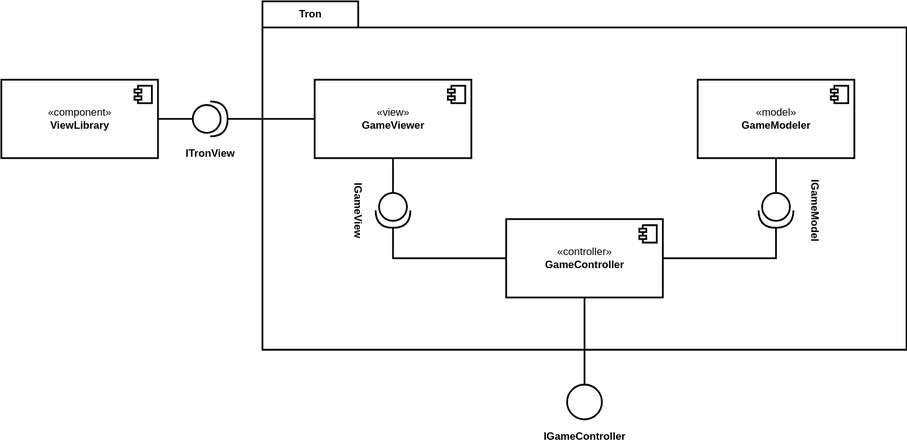
Before: docs/images/ComponentDiagram.drawio.svg, a diagram exported from draw.io (HaniAlshikh/tron). Source tidied: cells renumbered, new cells last; positions are measured from the earlier drawing's top-left corner, leaving out a move shared by most shapes. Source of this version:
```xml
<mxGraphModel background="#ffffff">
  <root>
    <mxCell id="0" />
    <mxCell id="1" parent="0" />
    <mxCell id="2" value="Tron" style="shape=folder;fontStyle=1;tabWidth=110;tabHeight=30;tabPosition=left;html=1;boundedLbl=1;labelInHeader=1;strokeWidth=2;" parent="1" vertex="1">
      <mxGeometry x="300" width="740" height="400" as="geometry" />
    </mxCell>
    <mxCell id="3" style="edgeStyle=orthogonalEdgeStyle;rounded=0;jettySize=auto;html=1;entryX=1;entryY=0.5;entryDx=0;entryDy=0;entryPerimeter=0;strokeWidth=2;endArrow=none;endFill=0;" parent="1" edge="1" source="6" target="15">
      <mxGeometry relative="1" as="geometry" />
    </mxCell>
    <mxCell id="4" style="edgeStyle=orthogonalEdgeStyle;rounded=0;jettySize=auto;html=1;entryX=1;entryY=0.5;entryDx=0;entryDy=0;entryPerimeter=0;endArrow=none;endFill=0;strokeWidth=2;" parent="1" edge="1" source="6" target="16">
      <mxGeometry relative="1" as="geometry" />
    </mxCell>
    <mxCell id="5" style="edgeStyle=none;html=1;entryX=0.5;entryY=0;entryDx=0;entryDy=0;strokeWidth=2;endArrow=none;endFill=0;" parent="1" edge="1" source="6" target="22">
      <mxGeometry relative="1" as="geometry" />
    </mxCell>
    <mxCell id="6" value="«controller»&lt;b&gt;&lt;br&gt;GameController&lt;/b&gt;" style="html=1;strokeWidth=2;align=center;verticalAlign=middle;" parent="1" vertex="1">
      <mxGeometry x="580" y="250" width="180" height="90" as="geometry" />
    </mxCell>
    <mxCell id="7" style="shape=module;jettyWidth=8;jettyHeight=4;strokeWidth=2;align=center;verticalAlign=middle;" parent="6" vertex="1">
      <mxGeometry x="1" width="20" height="20" relative="1" as="geometry">
        <mxPoint x="-27" y="7" as="offset" />
      </mxGeometry>
    </mxCell>
    <mxCell id="8" style="edgeStyle=orthogonalEdgeStyle;rounded=0;jettySize=auto;html=1;entryX=0;entryY=0.5;entryDx=0;entryDy=0;entryPerimeter=0;endArrow=none;endFill=0;strokeWidth=2;" parent="1" edge="1" source="10" target="15">
      <mxGeometry relative="1" as="geometry" />
    </mxCell>
    <mxCell id="9" style="edgeStyle=orthogonalEdgeStyle;rounded=0;jettySize=auto;html=1;entryX=1;entryY=0.5;entryDx=0;entryDy=0;entryPerimeter=0;endArrow=none;endFill=0;strokeWidth=2;" parent="1" edge="1" source="10" target="20">
      <mxGeometry relative="1" as="geometry" />
    </mxCell>
    <mxCell id="10" value="«view»&lt;b&gt;&lt;br&gt;GameViewer&lt;/b&gt;" style="html=1;strokeWidth=2;align=center;verticalAlign=middle;" parent="1" vertex="1">
      <mxGeometry x="360" y="90" width="180" height="90" as="geometry" />
    </mxCell>
    <mxCell id="11" style="shape=module;jettyWidth=8;jettyHeight=4;strokeWidth=2;align=center;verticalAlign=middle;" parent="10" vertex="1">
      <mxGeometry x="1" width="20" height="20" relative="1" as="geometry">
        <mxPoint x="-27" y="7" as="offset" />
      </mxGeometry>
    </mxCell>
    <mxCell id="12" style="edgeStyle=orthogonalEdgeStyle;rounded=0;jettySize=auto;html=1;entryX=0;entryY=0.5;entryDx=0;entryDy=0;entryPerimeter=0;endArrow=none;endFill=0;strokeWidth=2;" parent="1" edge="1" source="13" target="16">
      <mxGeometry relative="1" as="geometry" />
    </mxCell>
    <mxCell id="13" value="«model»&lt;b&gt;&lt;br&gt;GameModeler&lt;/b&gt;" style="html=1;strokeWidth=2;align=center;verticalAlign=middle;" parent="1" vertex="1">
      <mxGeometry x="800" y="90" width="180" height="90" as="geometry" />
    </mxCell>
    <mxCell id="14" style="shape=module;jettyWidth=8;jettyHeight=4;strokeWidth=2;align=center;verticalAlign=middle;" parent="13" vertex="1">
      <mxGeometry x="1" width="20" height="20" relative="1" as="geometry">
        <mxPoint x="-27" y="7" as="offset" />
      </mxGeometry>
    </mxCell>
    <mxCell id="15" value="&lt;b&gt;IGameView&lt;/b&gt;" style="shape=providedRequiredInterface;html=1;verticalLabelPosition=bottom;sketch=0;strokeWidth=2;rotation=90;" parent="1" vertex="1">
      <mxGeometry x="430" y="220" width="40" height="40" as="geometry" />
    </mxCell>
    <mxCell id="16" style="shape=providedRequiredInterface;html=1;verticalLabelPosition=bottom;sketch=0;strokeWidth=2;rotation=90;" parent="1" vertex="1">
      <mxGeometry x="870" y="220" width="40" height="40" as="geometry" />
    </mxCell>
    <mxCell id="17" style="edgeStyle=orthogonalEdgeStyle;rounded=0;jettySize=auto;html=1;entryX=0;entryY=0.5;entryDx=0;entryDy=0;entryPerimeter=0;endArrow=none;endFill=0;strokeWidth=2;" parent="1" edge="1" source="18" target="20">
      <mxGeometry relative="1" as="geometry">
        <Array as="points">
          <mxPoint x="230" y="135" />
          <mxPoint x="230" y="135" />
        </Array>
      </mxGeometry>
    </mxCell>
    <mxCell id="18" value="«component»&lt;br&gt;&lt;b&gt;ViewLibrary&lt;/b&gt;" style="html=1;strokeWidth=2;" parent="1" vertex="1">
      <mxGeometry y="90" width="180" height="90" as="geometry" />
    </mxCell>
    <mxCell id="19" style="shape=module;jettyWidth=8;jettyHeight=4;strokeWidth=2;" parent="18" vertex="1">
      <mxGeometry x="1" width="20" height="20" relative="1" as="geometry">
        <mxPoint x="-27" y="7" as="offset" />
      </mxGeometry>
    </mxCell>
    <mxCell id="20" value="&lt;b&gt;ITronView&lt;/b&gt;" style="shape=providedRequiredInterface;html=1;verticalLabelPosition=bottom;sketch=0;strokeWidth=2;rotation=0;" parent="1" vertex="1">
      <mxGeometry x="220" y="115" width="40" height="40" as="geometry" />
    </mxCell>
    <mxCell id="21" value="&lt;b&gt;IGameModel&lt;/b&gt;" style="text;html=1;align=center;verticalAlign=middle;points=[];strokeColor=none;fillColor=none;rotation=90;" parent="1" vertex="1">
      <mxGeometry x="890" y="230" width="90" height="20" as="geometry" />
    </mxCell>
    <mxCell id="22" style="ellipse;whiteSpace=wrap;html=1;strokeWidth=2;" parent="1" vertex="1">
      <mxGeometry x="650" y="440" width="40" height="40" as="geometry" />
    </mxCell>
    <mxCell id="23" value="&lt;b&gt;IGameController&lt;/b&gt;" style="text;html=1;align=center;verticalAlign=middle;points=[];strokeColor=none;fillColor=none;rotation=0;" parent="1" vertex="1">
      <mxGeometry x="615" y="490" width="110" height="20" as="geometry" />
    </mxCell>
  </root>
</mxGraphModel>
```
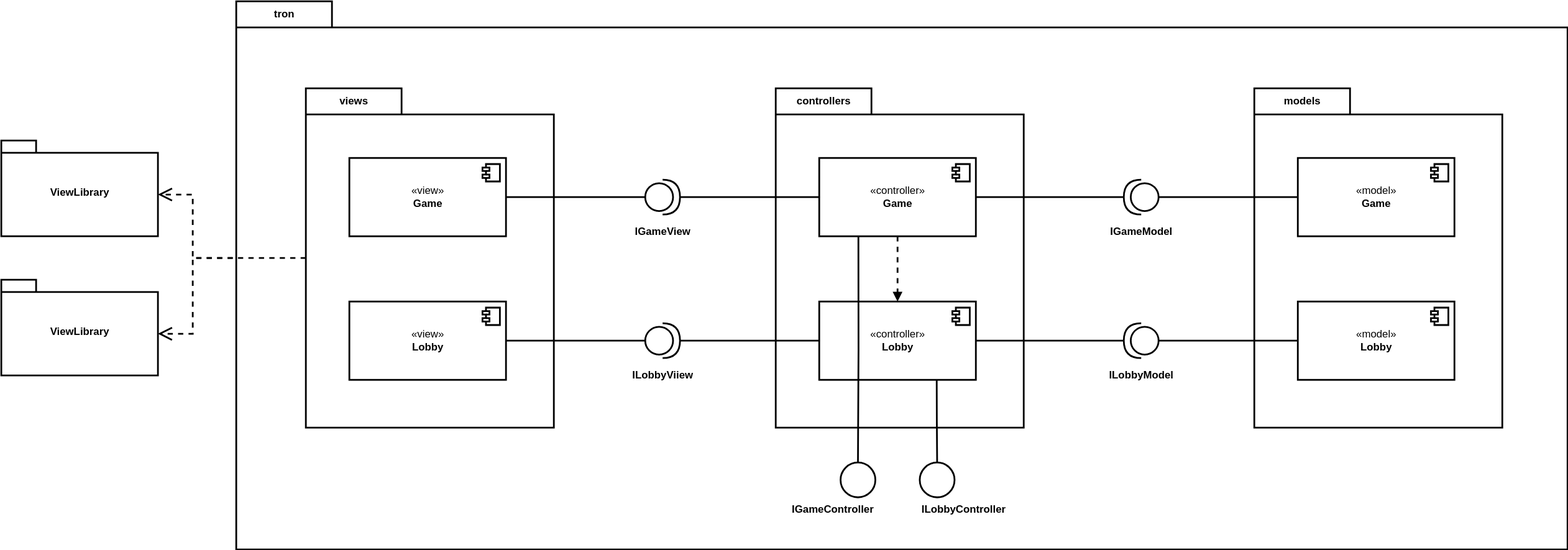
The same diagram one commit later.

Diff of the diagram source:
```diff
@@ -2,84 +2,138 @@
   <root>
     <mxCell id="0" />
     <mxCell id="1" parent="0" />
-    <mxCell id="2" value="Tron" style="shape=folder;fontStyle=1;tabWidth=110;tabHeight=30;tabPosition=left;html=1;boundedLbl=1;labelInHeader=1;strokeWidth=2;" parent="1" vertex="1">
-      <mxGeometry x="300" width="740" height="400" as="geometry" />
-    </mxCell>
-    <mxCell id="3" style="edgeStyle=orthogonalEdgeStyle;rounded=0;jettySize=auto;html=1;entryX=1;entryY=0.5;entryDx=0;entryDy=0;entryPerimeter=0;strokeWidth=2;endArrow=none;endFill=0;" parent="1" edge="1" source="6" target="15">
-      <mxGeometry relative="1" as="geometry" />
-    </mxCell>
-    <mxCell id="4" style="edgeStyle=orthogonalEdgeStyle;rounded=0;jettySize=auto;html=1;entryX=1;entryY=0.5;entryDx=0;entryDy=0;entryPerimeter=0;endArrow=none;endFill=0;strokeWidth=2;" parent="1" edge="1" source="6" target="16">
-      <mxGeometry relative="1" as="geometry" />
-    </mxCell>
-    <mxCell id="5" style="edgeStyle=none;html=1;entryX=0.5;entryY=0;entryDx=0;entryDy=0;strokeWidth=2;endArrow=none;endFill=0;" parent="1" edge="1" source="6" target="22">
-      <mxGeometry relative="1" as="geometry" />
-    </mxCell>
-    <mxCell id="6" value="«controller»&lt;b&gt;&lt;br&gt;GameController&lt;/b&gt;" style="html=1;strokeWidth=2;align=center;verticalAlign=middle;" parent="1" vertex="1">
-      <mxGeometry x="580" y="250" width="180" height="90" as="geometry" />
-    </mxCell>
-    <mxCell id="7" style="shape=module;jettyWidth=8;jettyHeight=4;strokeWidth=2;align=center;verticalAlign=middle;" parent="6" vertex="1">
-      <mxGeometry x="1" width="20" height="20" relative="1" as="geometry">
-        <mxPoint x="-27" y="7" as="offset" />
-      </mxGeometry>
-    </mxCell>
-    <mxCell id="8" style="edgeStyle=orthogonalEdgeStyle;rounded=0;jettySize=auto;html=1;entryX=0;entryY=0.5;entryDx=0;entryDy=0;entryPerimeter=0;endArrow=none;endFill=0;strokeWidth=2;" parent="1" edge="1" source="10" target="15">
-      <mxGeometry relative="1" as="geometry" />
-    </mxCell>
-    <mxCell id="9" style="edgeStyle=orthogonalEdgeStyle;rounded=0;jettySize=auto;html=1;entryX=1;entryY=0.5;entryDx=0;entryDy=0;entryPerimeter=0;endArrow=none;endFill=0;strokeWidth=2;" parent="1" edge="1" source="10" target="20">
-      <mxGeometry relative="1" as="geometry" />
-    </mxCell>
-    <mxCell id="10" value="«view»&lt;b&gt;&lt;br&gt;GameViewer&lt;/b&gt;" style="html=1;strokeWidth=2;align=center;verticalAlign=middle;" parent="1" vertex="1">
-      <mxGeometry x="360" y="90" width="180" height="90" as="geometry" />
-    </mxCell>
-    <mxCell id="11" style="shape=module;jettyWidth=8;jettyHeight=4;strokeWidth=2;align=center;verticalAlign=middle;" parent="10" vertex="1">
-      <mxGeometry x="1" width="20" height="20" relative="1" as="geometry">
-        <mxPoint x="-27" y="7" as="offset" />
-      </mxGeometry>
-    </mxCell>
-    <mxCell id="12" style="edgeStyle=orthogonalEdgeStyle;rounded=0;jettySize=auto;html=1;entryX=0;entryY=0.5;entryDx=0;entryDy=0;entryPerimeter=0;endArrow=none;endFill=0;strokeWidth=2;" parent="1" edge="1" source="13" target="16">
-      <mxGeometry relative="1" as="geometry" />
-    </mxCell>
-    <mxCell id="13" value="«model»&lt;b&gt;&lt;br&gt;GameModeler&lt;/b&gt;" style="html=1;strokeWidth=2;align=center;verticalAlign=middle;" parent="1" vertex="1">
-      <mxGeometry x="800" y="90" width="180" height="90" as="geometry" />
-    </mxCell>
-    <mxCell id="14" style="shape=module;jettyWidth=8;jettyHeight=4;strokeWidth=2;align=center;verticalAlign=middle;" parent="13" vertex="1">
-      <mxGeometry x="1" width="20" height="20" relative="1" as="geometry">
-        <mxPoint x="-27" y="7" as="offset" />
-      </mxGeometry>
-    </mxCell>
+    <mxCell id="24" style="edgeStyle=orthogonalEdgeStyle;rounded=0;html=1;entryX=0;entryY=0;entryDx=180;entryDy=62;entryPerimeter=0;dashed=1;endArrow=open;endSize=12;strokeWidth=2;" parent="1" edge="1" source="26" target="55">
+      <mxGeometry relative="1" as="geometry">
+        <Array as="points">
+          <mxPoint x="-180" y="320" />
+          <mxPoint x="-180" y="247" />
+        </Array>
+      </mxGeometry>
+    </mxCell>
+    <mxCell id="25" value="tron" style="shape=folder;fontStyle=1;tabWidth=110;tabHeight=30;tabPosition=left;html=1;boundedLbl=1;labelInHeader=1;strokeWidth=2;" parent="1" vertex="1">
+      <mxGeometry x="-130" y="25" width="1530" height="630" as="geometry" />
+    </mxCell>
+    <mxCell id="26" value="views" style="shape=folder;fontStyle=1;tabWidth=110;tabHeight=30;tabPosition=left;html=1;boundedLbl=1;labelInHeader=1;strokeWidth=2;" parent="25" vertex="1">
+      <mxGeometry x="80" y="100" width="285" height="390" as="geometry" />
+    </mxCell>
+    <mxCell id="27" value="«view»&lt;b&gt;&lt;br&gt;Game&lt;/b&gt;" style="html=1;strokeWidth=2;align=center;verticalAlign=middle;" parent="26" vertex="1">
+      <mxGeometry x="50" y="80" width="180" height="90" as="geometry" />
+    </mxCell>
+    <mxCell id="28" style="shape=module;jettyWidth=8;jettyHeight=4;strokeWidth=2;align=center;verticalAlign=middle;" parent="27" vertex="1">
+      <mxGeometry x="1" width="20" height="20" relative="1" as="geometry">
+        <mxPoint x="-27" y="7" as="offset" />
+      </mxGeometry>
+    </mxCell>
+    <mxCell id="29" value="«view»&lt;b&gt;&lt;br&gt;Lobby&lt;/b&gt;" style="html=1;strokeWidth=2;align=center;verticalAlign=middle;" parent="26" vertex="1">
+      <mxGeometry x="50" y="245" width="180" height="90" as="geometry" />
+    </mxCell>
+    <mxCell id="30" style="shape=module;jettyWidth=8;jettyHeight=4;strokeWidth=2;align=center;verticalAlign=middle;" parent="29" vertex="1">
+      <mxGeometry x="1" width="20" height="20" relative="1" as="geometry">
+        <mxPoint x="-27" y="7" as="offset" />
+      </mxGeometry>
+    </mxCell>
+    <mxCell id="31" value="controllers" style="shape=folder;fontStyle=1;tabWidth=110;tabHeight=30;tabPosition=left;html=1;boundedLbl=1;labelInHeader=1;strokeWidth=2;" parent="25" vertex="1">
+      <mxGeometry x="620" y="100" width="285" height="390" as="geometry" />
+    </mxCell>
+    <mxCell id="32" style="edgeStyle=orthogonalEdgeStyle;rounded=0;html=1;entryX=0.5;entryY=0;entryDx=0;entryDy=0;endArrow=block;endFill=1;strokeWidth=2;dashed=1;" parent="31" edge="1" source="33" target="35">
+      <mxGeometry relative="1" as="geometry" />
+    </mxCell>
+    <mxCell id="33" value="«controller»&lt;b&gt;&lt;br&gt;Game&lt;/b&gt;" style="html=1;strokeWidth=2;align=center;verticalAlign=middle;" parent="31" vertex="1">
+      <mxGeometry x="50" y="80" width="180" height="90" as="geometry" />
+    </mxCell>
+    <mxCell id="34" style="shape=module;jettyWidth=8;jettyHeight=4;strokeWidth=2;align=center;verticalAlign=middle;" parent="33" vertex="1">
+      <mxGeometry x="1" width="20" height="20" relative="1" as="geometry">
+        <mxPoint x="-27" y="7" as="offset" />
+      </mxGeometry>
+    </mxCell>
+    <mxCell id="35" value="«controller»&lt;b&gt;&lt;br&gt;Lobby&lt;/b&gt;" style="html=1;strokeWidth=2;align=center;verticalAlign=middle;" parent="31" vertex="1">
+      <mxGeometry x="50" y="245" width="180" height="90" as="geometry" />
+    </mxCell>
+    <mxCell id="36" style="shape=module;jettyWidth=8;jettyHeight=4;strokeWidth=2;align=center;verticalAlign=middle;" parent="35" vertex="1">
+      <mxGeometry x="1" width="20" height="20" relative="1" as="geometry">
+        <mxPoint x="-27" y="7" as="offset" />
+      </mxGeometry>
+    </mxCell>
+    <mxCell id="37" value="models" style="shape=folder;fontStyle=1;tabWidth=110;tabHeight=30;tabPosition=left;html=1;boundedLbl=1;labelInHeader=1;strokeWidth=2;" parent="25" vertex="1">
+      <mxGeometry x="1170" y="100" width="285" height="390" as="geometry" />
+    </mxCell>
+    <mxCell id="38" value="«model»&lt;b&gt;&lt;br&gt;Game&lt;/b&gt;" style="html=1;strokeWidth=2;align=center;verticalAlign=middle;" parent="37" vertex="1">
+      <mxGeometry x="50" y="80" width="180" height="90" as="geometry" />
+    </mxCell>
+    <mxCell id="39" style="shape=module;jettyWidth=8;jettyHeight=4;strokeWidth=2;align=center;verticalAlign=middle;" parent="38" vertex="1">
+      <mxGeometry x="1" width="20" height="20" relative="1" as="geometry">
+        <mxPoint x="-27" y="7" as="offset" />
+      </mxGeometry>
+    </mxCell>
+    <mxCell id="40" value="«model»&lt;b&gt;&lt;br&gt;Lobby&lt;/b&gt;" style="html=1;strokeWidth=2;align=center;verticalAlign=middle;" parent="37" vertex="1">
+      <mxGeometry x="50" y="245" width="180" height="90" as="geometry" />
+    </mxCell>
+    <mxCell id="41" style="shape=module;jettyWidth=8;jettyHeight=4;strokeWidth=2;align=center;verticalAlign=middle;" parent="40" vertex="1">
+      <mxGeometry x="1" width="20" height="20" relative="1" as="geometry">
+        <mxPoint x="-27" y="7" as="offset" />
+      </mxGeometry>
+    </mxCell>
-    <mxCell id="15" value="&lt;b&gt;IGameView&lt;/b&gt;" style="shape=providedRequiredInterface;html=1;verticalLabelPosition=bottom;sketch=0;strokeWidth=2;rotation=90;" parent="1" vertex="1">
-      <mxGeometry x="430" y="220" width="40" height="40" as="geometry" />
+    <mxCell id="15" value="&lt;b&gt;IGameView&lt;/b&gt;" style="shape=providedRequiredInterface;html=1;verticalLabelPosition=bottom;strokeWidth=2;direction=east;" parent="25" vertex="1">
+      <mxGeometry x="470" y="205" width="40" height="40" as="geometry" />
     </mxCell>
-    <mxCell id="16" style="shape=providedRequiredInterface;html=1;verticalLabelPosition=bottom;sketch=0;strokeWidth=2;rotation=90;" parent="1" vertex="1">
-      <mxGeometry x="870" y="220" width="40" height="40" as="geometry" />
-    </mxCell>
-    <mxCell id="17" style="edgeStyle=orthogonalEdgeStyle;rounded=0;jettySize=auto;html=1;entryX=0;entryY=0.5;entryDx=0;entryDy=0;entryPerimeter=0;endArrow=none;endFill=0;strokeWidth=2;" parent="1" edge="1" source="18" target="20">
-      <mxGeometry relative="1" as="geometry">
-        <Array as="points">
-          <mxPoint x="230" y="135" />
-          <mxPoint x="230" y="135" />
-        </Array>
-      </mxGeometry>
-    </mxCell>
-    <mxCell id="18" value="«component»&lt;br&gt;&lt;b&gt;ViewLibrary&lt;/b&gt;" style="html=1;strokeWidth=2;" parent="1" vertex="1">
-      <mxGeometry y="90" width="180" height="90" as="geometry" />
-    </mxCell>
-    <mxCell id="19" style="shape=module;jettyWidth=8;jettyHeight=4;strokeWidth=2;" parent="18" vertex="1">
-      <mxGeometry x="1" width="20" height="20" relative="1" as="geometry">
-        <mxPoint x="-27" y="7" as="offset" />
-      </mxGeometry>
-    </mxCell>
-    <mxCell id="20" value="&lt;b&gt;ITronView&lt;/b&gt;" style="shape=providedRequiredInterface;html=1;verticalLabelPosition=bottom;sketch=0;strokeWidth=2;rotation=0;" parent="1" vertex="1">
-      <mxGeometry x="220" y="115" width="40" height="40" as="geometry" />
-    </mxCell>
+    <mxCell id="42" style="edgeStyle=orthogonalEdgeStyle;rounded=0;html=1;entryX=1;entryY=0.5;entryDx=0;entryDy=0;entryPerimeter=0;endArrow=none;endFill=0;strokeWidth=2;" parent="25" edge="1" source="33" target="15">
+      <mxGeometry relative="1" as="geometry" />
+    </mxCell>
+    <mxCell id="43" style="edgeStyle=orthogonalEdgeStyle;rounded=0;html=1;entryX=0;entryY=0.5;entryDx=0;entryDy=0;entryPerimeter=0;endArrow=none;endFill=0;strokeWidth=2;" parent="25" edge="1" source="27" target="15">
+      <mxGeometry relative="1" as="geometry" />
+    </mxCell>
+    <mxCell id="23" value="&lt;b&gt;IGameController&lt;/b&gt;" style="ellipse;whiteSpace=wrap;html=1;strokeWidth=2;verticalAlign=top;labelPosition=center;verticalLabelPosition=bottom;align=right;" parent="25" vertex="1">
+      <mxGeometry x="694.5" y="530" width="40" height="40" as="geometry" />
+    </mxCell>
+    <mxCell id="44" style="edgeStyle=orthogonalEdgeStyle;rounded=0;html=1;entryX=0.5;entryY=0;entryDx=0;entryDy=0;endArrow=none;endFill=0;strokeWidth=2;exitX=0.25;exitY=1;exitDx=0;exitDy=0;" parent="25" edge="1" source="33" target="23">
+      <mxGeometry relative="1" as="geometry" />
+    </mxCell>
+    <mxCell id="45" value="&lt;b&gt;ILobbyController&lt;/b&gt;" style="ellipse;whiteSpace=wrap;html=1;strokeWidth=2;verticalAlign=top;labelPosition=center;verticalLabelPosition=bottom;align=left;" parent="25" vertex="1">
+      <mxGeometry x="785.5" y="530" width="40" height="40" as="geometry" />
+    </mxCell>
+    <mxCell id="46" style="edgeStyle=orthogonalEdgeStyle;rounded=0;html=1;entryX=0.5;entryY=0;entryDx=0;entryDy=0;endArrow=none;endFill=0;strokeWidth=2;exitX=0.75;exitY=1;exitDx=0;exitDy=0;" parent="25" edge="1" source="35" target="45">
+      <mxGeometry relative="1" as="geometry" />
+    </mxCell>
-    <mxCell id="21" value="&lt;b&gt;IGameModel&lt;/b&gt;" style="text;html=1;align=center;verticalAlign=middle;points=[];strokeColor=none;fillColor=none;rotation=90;" parent="1" vertex="1">
-      <mxGeometry x="890" y="230" width="90" height="20" as="geometry" />
+    <mxCell id="21" value="&lt;b&gt;IGameModel&lt;/b&gt;" style="shape=providedRequiredInterface;html=1;verticalLabelPosition=bottom;strokeWidth=2;direction=west;" parent="1" vertex="1">
+      <mxGeometry x="890" y="230" width="40" height="40" as="geometry" />
     </mxCell>
-    <mxCell id="22" style="ellipse;whiteSpace=wrap;html=1;strokeWidth=2;" parent="1" vertex="1">
-      <mxGeometry x="650" y="440" width="40" height="40" as="geometry" />
-    </mxCell>
-    <mxCell id="23" value="&lt;b&gt;IGameController&lt;/b&gt;" style="text;html=1;align=center;verticalAlign=middle;points=[];strokeColor=none;fillColor=none;rotation=0;" parent="1" vertex="1">
-      <mxGeometry x="615" y="490" width="110" height="20" as="geometry" />
-    </mxCell>
+    <mxCell id="47" value="&lt;b&gt;ILobbyViiew&lt;/b&gt;" style="shape=providedRequiredInterface;html=1;verticalLabelPosition=bottom;strokeWidth=2;direction=east;" parent="1" vertex="1">
+      <mxGeometry x="340" y="395" width="40" height="40" as="geometry" />
+    </mxCell>
+    <mxCell id="48" style="edgeStyle=orthogonalEdgeStyle;rounded=0;html=1;entryX=0;entryY=0.5;entryDx=0;entryDy=0;entryPerimeter=0;endArrow=none;endFill=0;strokeWidth=2;" parent="1" edge="1" source="29" target="47">
+      <mxGeometry relative="1" as="geometry" />
+    </mxCell>
+    <mxCell id="49" style="edgeStyle=orthogonalEdgeStyle;rounded=0;html=1;entryX=1;entryY=0.5;entryDx=0;entryDy=0;entryPerimeter=0;endArrow=none;endFill=0;strokeWidth=2;" parent="1" edge="1" source="35" target="47">
+      <mxGeometry relative="1" as="geometry" />
+    </mxCell>
+    <mxCell id="50" style="edgeStyle=orthogonalEdgeStyle;rounded=0;html=1;entryX=1;entryY=0.5;entryDx=0;entryDy=0;entryPerimeter=0;endArrow=none;endFill=0;strokeWidth=2;" parent="1" edge="1" source="33" target="21">
+      <mxGeometry relative="1" as="geometry" />
+    </mxCell>
+    <mxCell id="51" style="edgeStyle=orthogonalEdgeStyle;rounded=0;html=1;entryX=0;entryY=0.5;entryDx=0;entryDy=0;entryPerimeter=0;endArrow=none;endFill=0;strokeWidth=2;" parent="1" edge="1" source="38" target="21">
+      <mxGeometry relative="1" as="geometry" />
+    </mxCell>
+    <mxCell id="52" value="&lt;b&gt;ILobbyModel&lt;/b&gt;" style="shape=providedRequiredInterface;html=1;verticalLabelPosition=bottom;strokeWidth=2;direction=west;" parent="1" vertex="1">
+      <mxGeometry x="890" y="395" width="40" height="40" as="geometry" />
+    </mxCell>
+    <mxCell id="53" style="edgeStyle=orthogonalEdgeStyle;rounded=0;html=1;entryX=0;entryY=0.5;entryDx=0;entryDy=0;entryPerimeter=0;endArrow=none;endFill=0;strokeWidth=2;" parent="1" edge="1" source="40" target="52">
+      <mxGeometry relative="1" as="geometry" />
+    </mxCell>
+    <mxCell id="54" style="edgeStyle=orthogonalEdgeStyle;rounded=0;html=1;entryX=1;entryY=0.5;entryDx=0;entryDy=0;entryPerimeter=0;endArrow=none;endFill=0;strokeWidth=2;" parent="1" edge="1" source="35" target="52">
+      <mxGeometry relative="1" as="geometry" />
+    </mxCell>
+    <mxCell id="55" value="ViewLibrary" style="shape=folder;fontStyle=1;spacingTop=10;tabWidth=40;tabHeight=14;tabPosition=left;html=1;strokeWidth=2;align=center;verticalAlign=middle;" parent="1" vertex="1">
+      <mxGeometry x="-400" y="185" width="180" height="110" as="geometry" />
+    </mxCell>
+    <mxCell id="56" value="ViewLibrary" style="shape=folder;fontStyle=1;spacingTop=10;tabWidth=40;tabHeight=14;tabPosition=left;html=1;strokeWidth=2;align=center;verticalAlign=middle;" parent="1" vertex="1">
+      <mxGeometry x="-400" y="345" width="180" height="110" as="geometry" />
+    </mxCell>
+    <mxCell id="57" style="edgeStyle=orthogonalEdgeStyle;rounded=0;html=1;entryX=0;entryY=0;entryDx=180;entryDy=62;entryPerimeter=0;dashed=1;endArrow=open;endSize=12;strokeWidth=2;" parent="1" edge="1" source="26" target="56">
+      <mxGeometry relative="1" as="geometry">
+        <Array as="points">
+          <mxPoint x="-180" y="320" />
+          <mxPoint x="-180" y="407" />
+        </Array>
+      </mxGeometry>
+    </mxCell>
   </root>
 </mxGraphModel>
```
